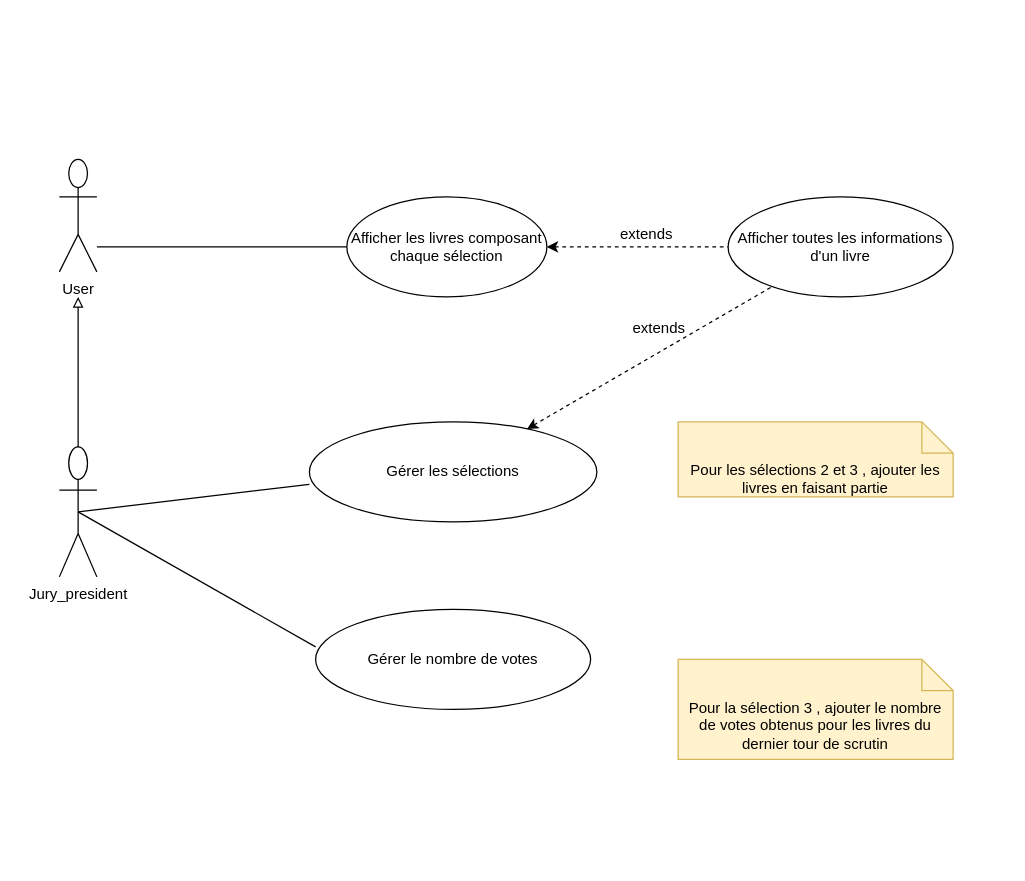
This is page "cas_utilisation" (2 of 2) of doc/goncourt_UML.drawio from alfaro-b/Eval_Python_TPGoncourt, a draw.io file, before an edit. Source tidied: cells renumbered, new cells numbered last; positions are measured from the earlier drawing's top-left corner, leaving out a move shared by most shapes. Both pictures are drawn from the tidied source at 125%, with x=0, y=0 at pixel (59, 159).
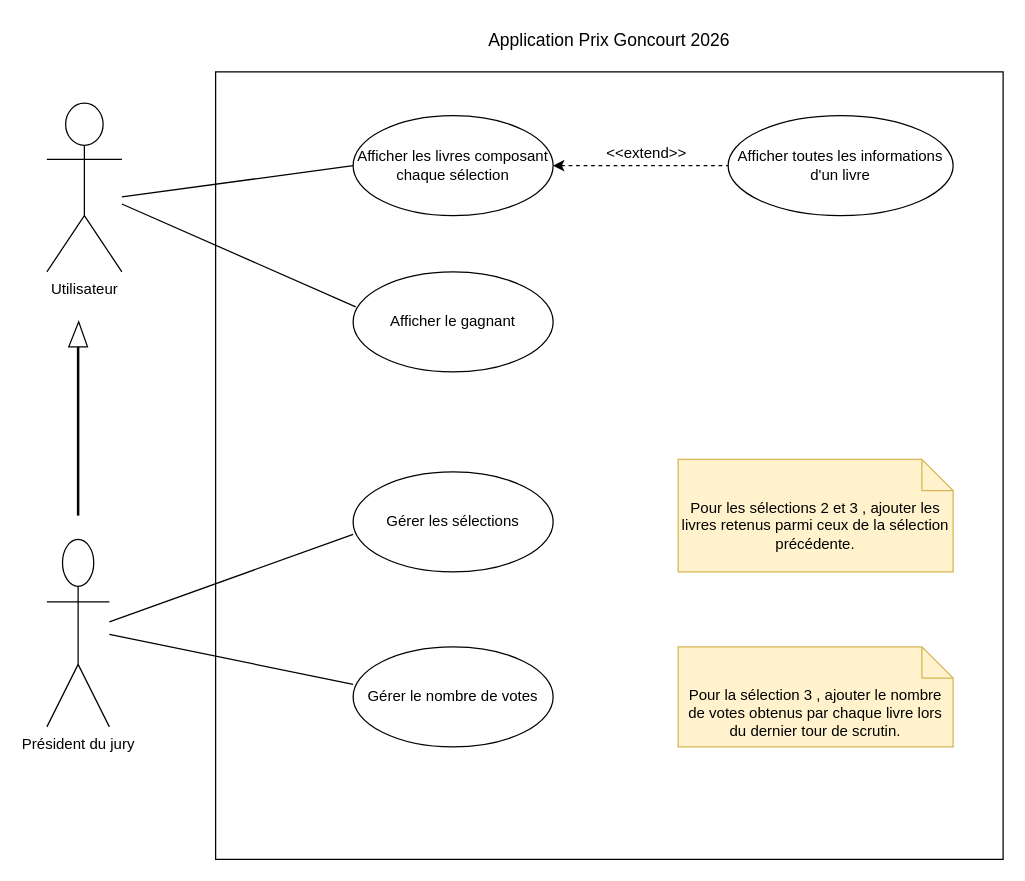
The same diagram, later.

Commit message (it also covers changes not shown here):
Correction du diagramme de cas d'utilisation

The edit, as a diff of the source:
```diff
@@
+    <mxCell id="18" style="whiteSpace=wrap;html=1;" parent="1" vertex="1">
+      <mxGeometry x="125" y="-70" width="630" height="630" as="geometry" />
+    </mxCell>
-    <mxCell id="2" value="User" style="shape=umlActor;verticalLabelPosition=bottom;verticalAlign=top;html=1;outlineConnect=0;" parent="1" vertex="1">
-      <mxGeometry width="30" height="90" as="geometry" />
+    <mxCell id="2" value="Utilisateur" style="shape=umlActor;verticalLabelPosition=bottom;verticalAlign=top;html=1;outlineConnect=0;" parent="1" vertex="1">
+      <mxGeometry x="-10" y="-45" width="60" height="135" as="geometry" />
     </mxCell>
-    <mxCell id="3" value="Jury_president" style="shape=umlActor;verticalLabelPosition=bottom;verticalAlign=top;html=1;outlineConnect=0;" parent="1" vertex="1">
-      <mxGeometry y="230" width="30" height="104" as="geometry" />
+    <mxCell id="3" value="Président du jury" style="shape=umlActor;verticalLabelPosition=bottom;verticalAlign=top;html=1;outlineConnect=0;" parent="1" vertex="1">
+      <mxGeometry x="-10" y="304" width="50" height="150" as="geometry" />
     </mxCell>
     <mxCell id="4" value="Afficher les livres composant chaque sélection" style="ellipse;whiteSpace=wrap;html=1;shapeInside=1;" parent="1" vertex="1">
-      <mxGeometry x="230" y="30" width="160" height="80" as="geometry" />
+      <mxGeometry x="235" y="-35" width="160" height="80" as="geometry" />
     </mxCell>
     <mxCell id="5" value="Afficher toutes les informations d'un livre" style="ellipse;whiteSpace=wrap;html=1;shapeInside=1;" parent="1" vertex="1">
-      <mxGeometry x="535" y="30" width="180" height="80" as="geometry" />
+      <mxGeometry x="535" y="-35" width="180" height="80" as="geometry" />
     </mxCell>
     <mxCell id="6" value="Gérer les sélections" style="ellipse;whiteSpace=wrap;html=1;shapeInside=1;" parent="1" vertex="1">
-      <mxGeometry x="200" y="210" width="230" height="80" as="geometry" />
+      <mxGeometry x="235" y="250" width="160" height="80" as="geometry" />
     </mxCell>
     <mxCell id="7" value="Gérer le nombre de votes" style="ellipse;whiteSpace=wrap;html=1;shapeInside=1;" parent="1" vertex="1">
-      <mxGeometry x="205" y="360" width="220" height="80" as="geometry" />
+      <mxGeometry x="235" y="390" width="160" height="80" as="geometry" />
     </mxCell>
     <mxCell id="8" style="endArrow=none;html=1;rounded=0;exitX=0;exitY=0.5;exitDx=0;exitDy=0;" parent="1" edge="1" source="4">
       <mxGeometry relative="1" as="geometry">
-        <mxPoint x="30" y="70" as="targetPoint" />
+        <mxPoint x="50" y="30" as="targetPoint" />
       </mxGeometry>
     </mxCell>
@@
-    <mxCell id="10" value="extends" style="text;html=1;whiteSpace=wrap;strokeColor=none;fillColor=none;align=center;verticalAlign=middle;rounded=0;" parent="1" vertex="1">
-      <mxGeometry x="440" y="45" width="60" height="30" as="geometry" />
+    <mxCell id="10" value="&amp;lt;&amp;lt;extend&amp;gt;&amp;gt;" style="text;html=1;whiteSpace=wrap;strokeColor=none;fillColor=none;align=center;verticalAlign=middle;rounded=0;" parent="1" vertex="1">
+      <mxGeometry x="440" y="-20" width="60" height="30" as="geometry" />
     </mxCell>
-    <mxCell id="11" style="endArrow=none;html=1;rounded=0;exitX=0;exitY=0.625;exitDx=0;exitDy=0;exitPerimeter=0;entryX=0.5;entryY=0.5;entryDx=0;entryDy=0;entryPerimeter=0;" parent="1" edge="1" source="6" target="3">
-      <mxGeometry relative="1" as="geometry" />
+    <mxCell id="11" style="endArrow=none;html=1;rounded=0;exitX=0;exitY=0.625;exitDx=0;exitDy=0;exitPerimeter=0;" parent="1" edge="1" source="6">
+      <mxGeometry relative="1" as="geometry">
+        <mxPoint x="40" y="370" as="targetPoint" />
+      </mxGeometry>
     </mxCell>
-    <mxCell id="12" style="endArrow=none;html=1;rounded=0;exitX=0;exitY=0.375;exitDx=0;exitDy=0;entryX=0.5;entryY=0.5;entryDx=0;entryDy=0;entryPerimeter=0;exitPerimeter=0;" parent="1" edge="1" source="7" target="3">
-      <mxGeometry relative="1" as="geometry" />
+    <mxCell id="12" style="endArrow=none;html=1;rounded=0;exitX=0;exitY=0.375;exitDx=0;exitDy=0;exitPerimeter=0;" parent="1" edge="1" source="7">
+      <mxGeometry relative="1" as="geometry">
+        <mxPoint x="40" y="380" as="targetPoint" />
+      </mxGeometry>
     </mxCell>
-    <mxCell id="13" style="endArrow=block;html=1;rounded=0;startArrow=none;startFill=0;endFill=0;exitX=0.5;exitY=0;exitDx=0;exitDy=0;exitPerimeter=0;" parent="1" edge="1" source="3">
-      <mxGeometry relative="1" as="geometry">
-        <mxPoint x="15" y="110" as="targetPoint" />
-      </mxGeometry>
-    </mxCell>
-    <mxCell id="14" value="Pour les sélections 2 et 3 , ajouter les livres en faisant partie" style="shape=note2;boundedLbl=1;whiteSpace=wrap;html=1;size=25;verticalAlign=top;align=center;fillColor=#fff2cc;strokeColor=#d6b656;" parent="1" vertex="1">
-      <mxGeometry x="495" y="210" width="220" height="60" as="geometry" />
+    <mxCell id="14" value="Pour les sélections 2 et 3 , ajouter les livres retenus parmi ceux de la sélection précédente." style="shape=note2;boundedLbl=1;whiteSpace=wrap;html=1;size=25;verticalAlign=top;align=center;fillColor=#fff2cc;strokeColor=#d6b656;" parent="1" vertex="1">
+      <mxGeometry x="495" y="240" width="220" height="90" as="geometry" />
     </mxCell>
-    <mxCell id="15" style="endArrow=none;dashed=1;html=1;rounded=0;startArrow=classic;startFill=1;" parent="1" edge="1" source="6" target="5">
-      <mxGeometry relative="1" as="geometry" />
-    </mxCell>
-    <mxCell id="16" value="extends" style="text;html=1;whiteSpace=wrap;strokeColor=none;fillColor=none;align=center;verticalAlign=middle;rounded=0;" parent="1" vertex="1">
-      <mxGeometry x="450" y="120" width="60" height="30" as="geometry" />
-    </mxCell>
-    <mxCell id="17" value="Pour la sélection 3 , ajouter le nombre de votes obtenus pour les livres du dernier tour de scrutin" style="shape=note2;boundedLbl=1;whiteSpace=wrap;html=1;size=25;verticalAlign=top;align=center;fillColor=#fff2cc;strokeColor=#d6b656;" parent="1" vertex="1">
-      <mxGeometry x="495" y="400" width="220" height="80" as="geometry" />
+    <mxCell id="17" value="Pour la sélection 3 , ajouter le nombre de votes obtenus par chaque livre lors du dernier tour de scrutin." style="shape=note2;boundedLbl=1;whiteSpace=wrap;html=1;size=25;verticalAlign=top;align=center;fillColor=#fff2cc;strokeColor=#d6b656;" parent="1" vertex="1">
+      <mxGeometry x="495" y="390" width="220" height="80" as="geometry" />
     </mxCell>
+    <mxCell id="19" value="&lt;font style=&quot;font-size: 14px;&quot;&gt;Application Prix Goncourt 2026&lt;/font&gt;" style="text;html=1;whiteSpace=wrap;strokeColor=none;fillColor=none;align=center;verticalAlign=middle;rounded=0;" parent="1" vertex="1">
+      <mxGeometry x="325" y="-110" width="230" height="30" as="geometry" />
+    </mxCell>
+    <mxCell id="20" value="Afficher le gagnant" style="ellipse;whiteSpace=wrap;html=1;shapeInside=1;" parent="1" vertex="1">
+      <mxGeometry x="235" y="90" width="160" height="80" as="geometry" />
+    </mxCell>
+    <mxCell id="21" style="endArrow=none;html=1;rounded=0;exitX=0.013;exitY=0.35;exitDx=0;exitDy=0;exitPerimeter=0;" parent="1" edge="1" source="20" target="2">
+      <mxGeometry relative="1" as="geometry" />
+    </mxCell>
+    <mxCell id="22" style="verticalLabelPosition=bottom;verticalAlign=top;html=1;shape=mxgraph.basic.acute_triangle;dx=0.53;" parent="1" vertex="1">
+      <mxGeometry x="7.5" y="130" width="15" height="20" as="geometry" />
+    </mxCell>
+    <mxCell id="23" style="line;strokeWidth=2;direction=south;html=1;" parent="1" vertex="1">
+      <mxGeometry x="10" y="150" width="10" height="135" as="geometry" />
+    </mxCell>
```
